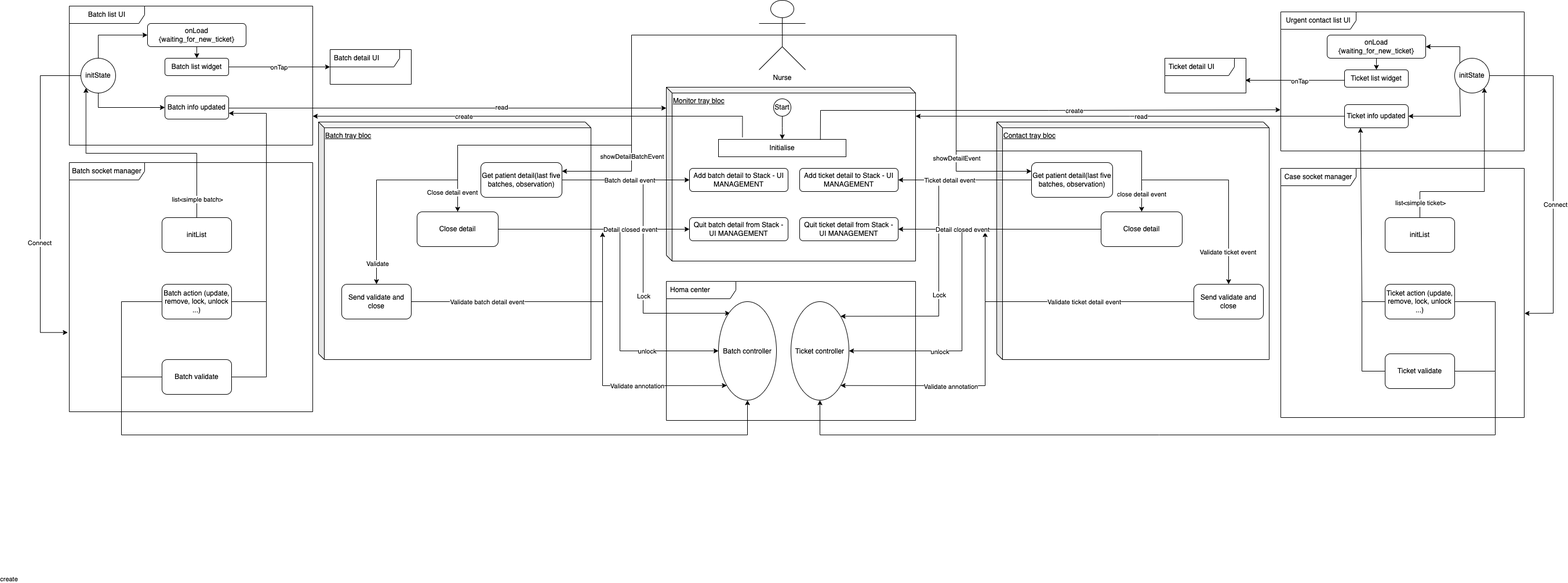
The draw.io diagram images/Tray bloc.drawio.png in aprilcao221/Digrams, before a commit. Source tidied: cells renumbered, new cells last; positions are measured from the earlier drawing's top-left corner, leaving out a move shared by most shapes.
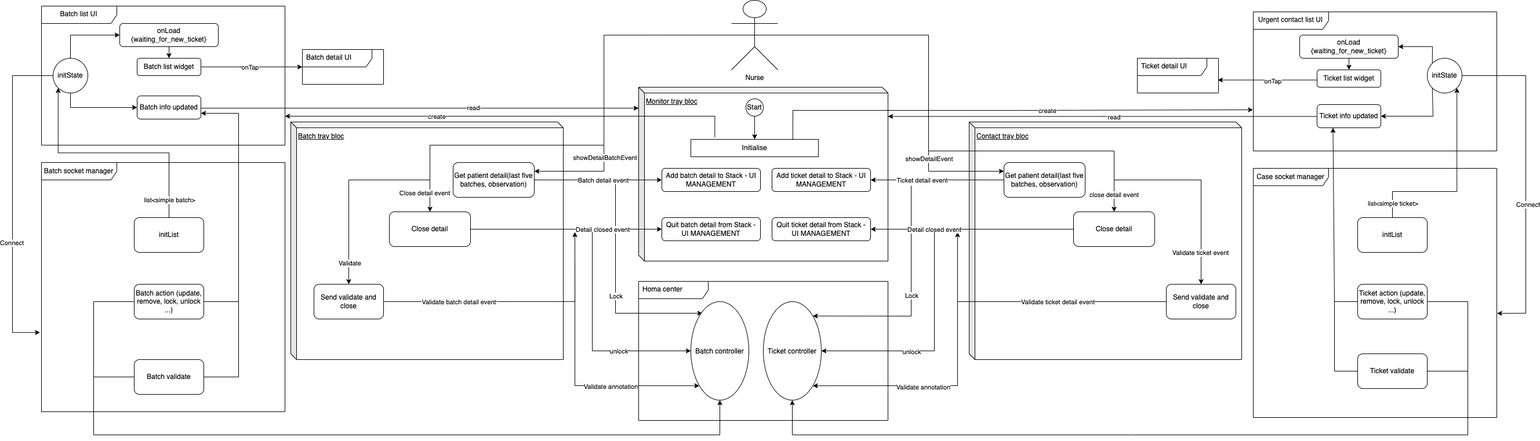
Above is the later version.

What changed in the source:
```diff
@@ -21,11 +21,6 @@
         </Array>
       </mxGeometry>
     </mxCell>
-    <mxCell id="5" value="create" style="edgeLabel;html=1;align=center;verticalAlign=middle;" parent="4" vertex="1">
-      <mxGeometry x="-0.04" y="-2" relative="1" as="geometry">
-        <mxPoint x="-931" y="800" as="offset" />
-      </mxGeometry>
-    </mxCell>
     <mxCell id="6" value="create" style="edgeLabel;html=1;align=center;verticalAlign=middle;" parent="4" vertex="1">
       <mxGeometry x="0.14" relative="1" as="geometry">
         <mxPoint x="-74" as="offset" />
```
